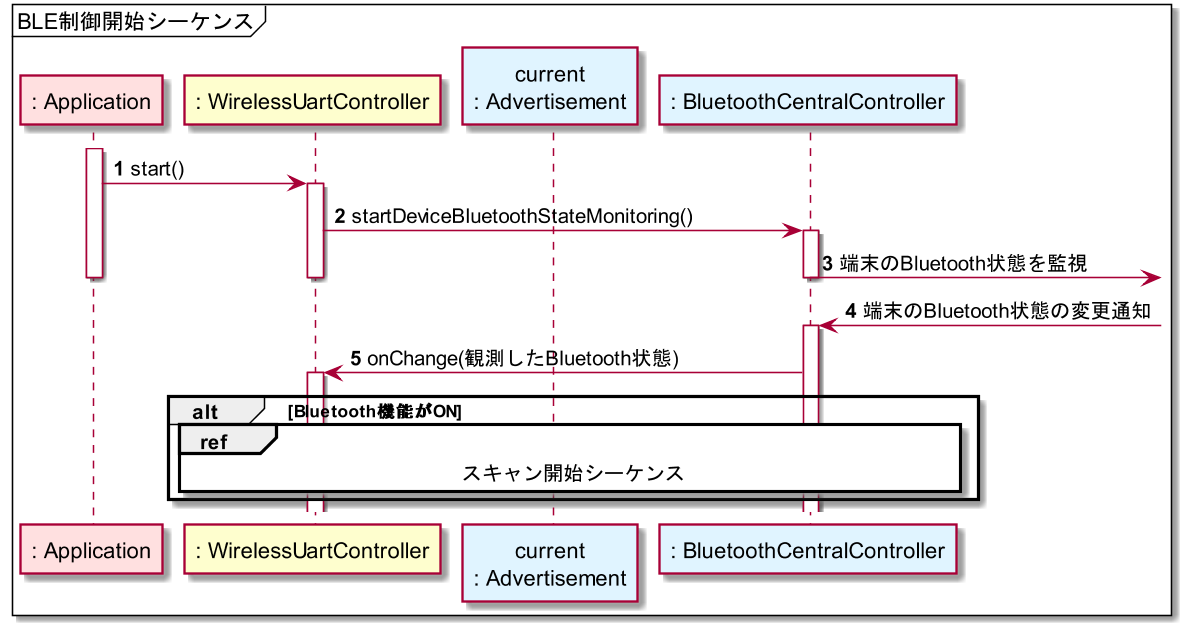
The PlantUML diagram out/plantuml/sequence_start.png in musen-connect-inc/linble-sample-wireless-uart, before a commit. Its diagram source:
```plantuml
@startuml sequence_start
skinparamlocked dpi 150

mainframe BLE制御開始シーケンス

participant ": Application" as Application #ffe0e0
participant ": WirelessUartController" as WirelessUartController
participant "current\n: Advertisement" as Advertisement #e0f4ff
participant ": BluetoothCentralController" as BluetoothCentralController #e0f4ff

autonumber

activate Application
Application -> WirelessUartController: start()

activate WirelessUartController

WirelessUartController -> BluetoothCentralController: startDeviceBluetoothStateMonitoring()
activate BluetoothCentralController

BluetoothCentralController ->]: 端末のBluetooth状態を監視
deactivate BluetoothCentralController
deactivate WirelessUartController
deactivate Application

BluetoothCentralController <-]: 端末のBluetooth状態の変更通知
activate BluetoothCentralController

BluetoothCentralController -> WirelessUartController: onChange(観測したBluetooth状態)
activate WirelessUartController

alt Bluetooth機能がON

ref over WirelessUartController, BluetoothCentralController: スキャン開始シーケンス

end

@enduml
```
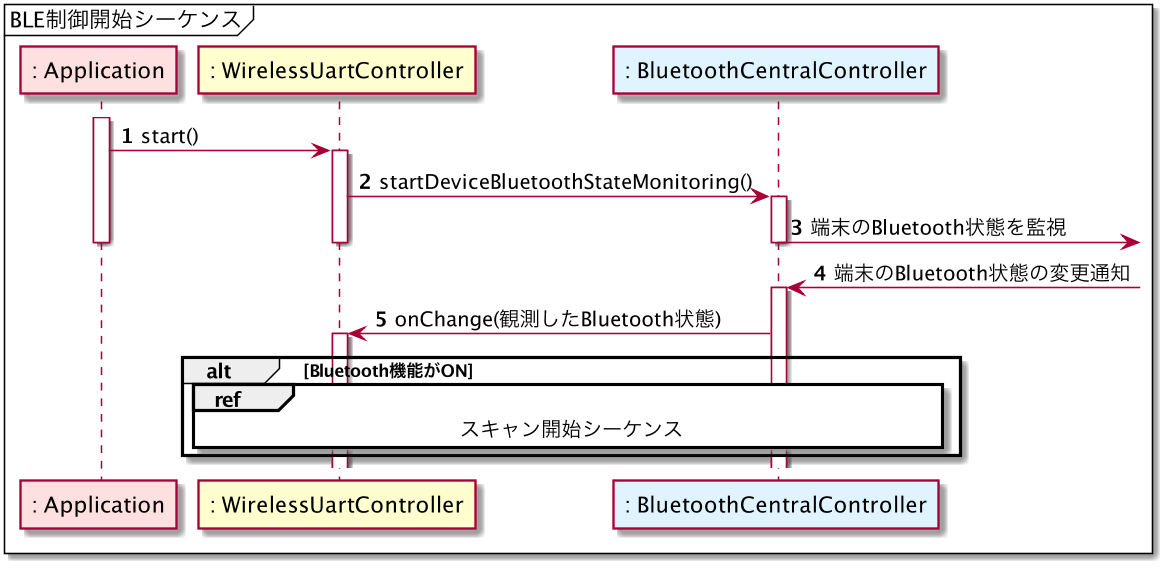
Later version of the same file.

The edit, as a diff of the source:
```diff
@@ -5,7 +5,6 @@
 
 participant ": Application" as Application #ffe0e0
 participant ": WirelessUartController" as WirelessUartController
-participant "current\n: Advertisement" as Advertisement #e0f4ff
 participant ": BluetoothCentralController" as BluetoothCentralController #e0f4ff
 
 autonumber
```
